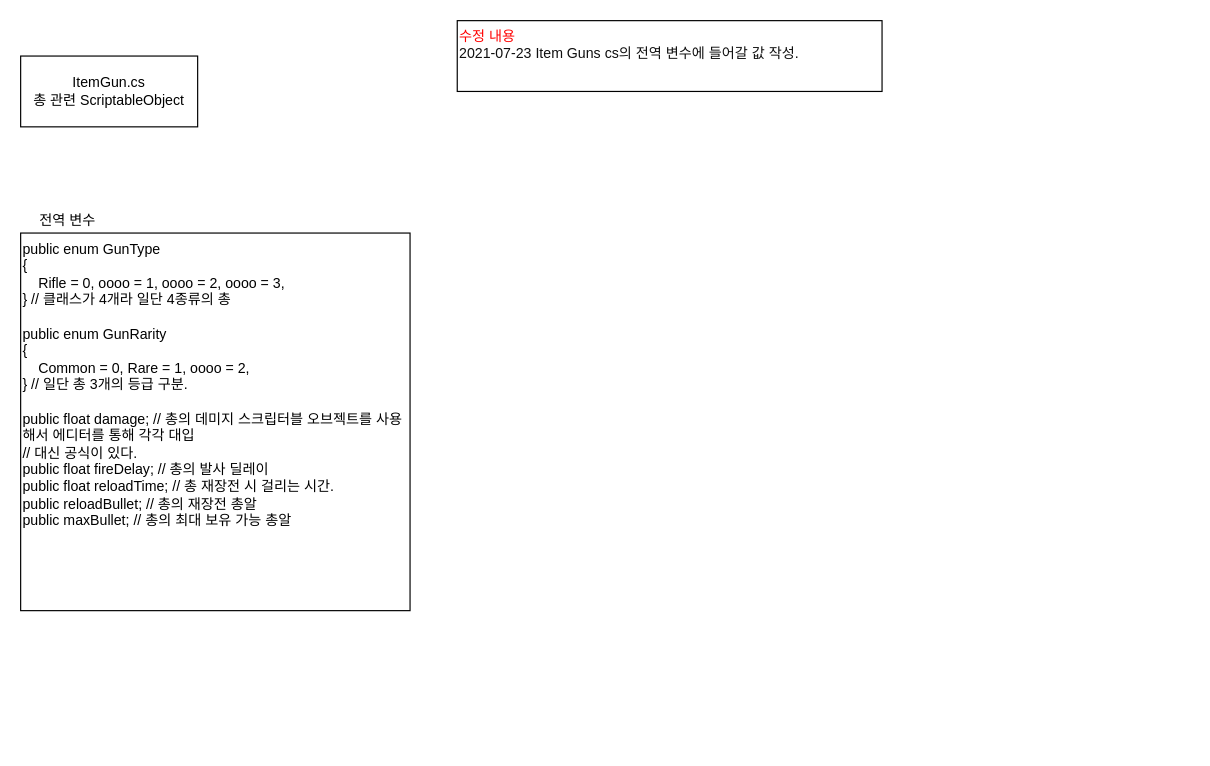
This is FlowChart/ItemGun.drawio from BckLily/YeilMainProjectBackUp, a draw.io file, before an edit. Source tidied: cells renumbered, new cells numbered last; positions are measured from the earlier drawing's top-left corner, leaving out a move shared by most shapes. Both pictures are drawn from the tidied source at 118%, with x=0, y=0 at pixel (20, 20).
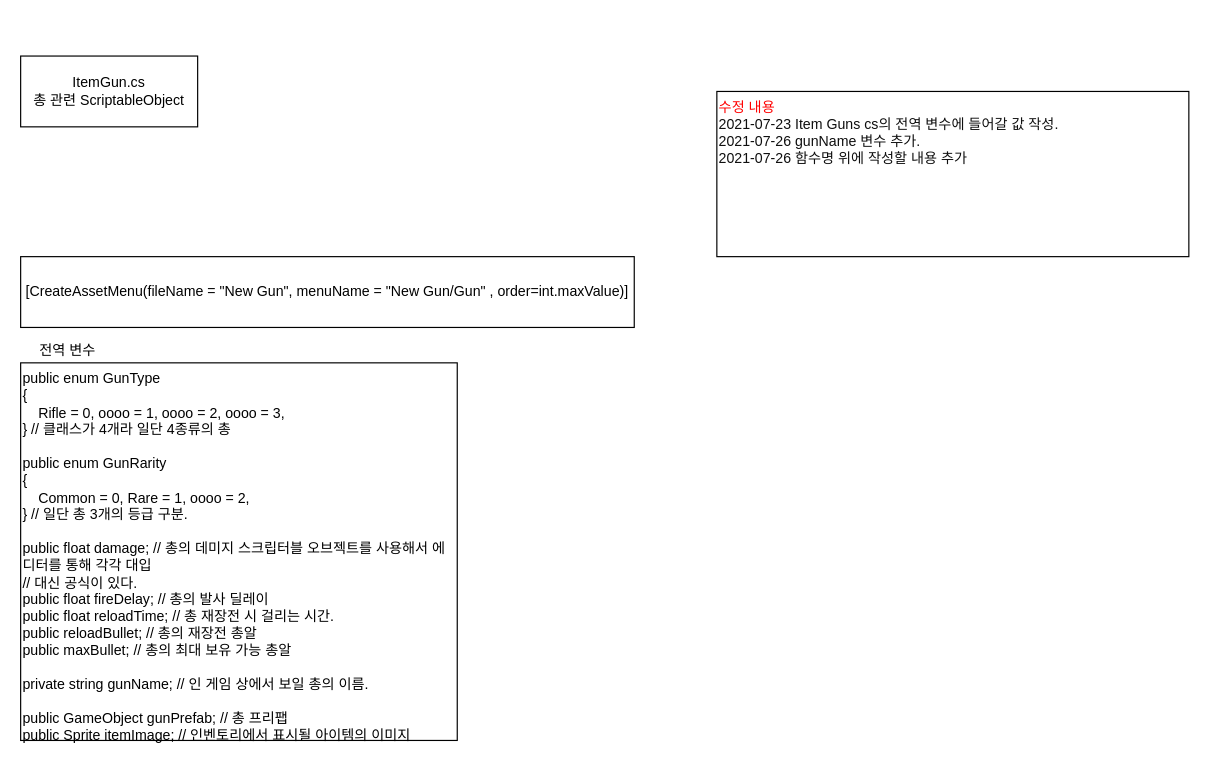
Above is the later version.

Change to the diagram source:
```diff
@@
 <mxGraphModel>
   <root>
     <mxCell id="0" />
     <mxCell id="1" parent="0" />
     <mxCell id="2" value="ItemGun.cs&lt;br&gt;총 관련 ScriptableObject" style="rounded=0;whiteSpace=wrap;html=1;" parent="1" vertex="1">
       <mxGeometry y="30" width="150" height="60" as="geometry" />
     </mxCell>
-    <mxCell id="3" value="public enum GunType&lt;br&gt;{&lt;br&gt;&amp;nbsp; &amp;nbsp; Rifle = 0, oooo = 1, oooo = 2, oooo = 3,&lt;br&gt;} // 클래스가 4개라 일단 4종류의 총&lt;br&gt;&lt;br&gt;public enum GunRarity&lt;br&gt;{&lt;br&gt;&amp;nbsp; &amp;nbsp; Common = 0, Rare = 1, oooo = 2,&lt;br&gt;} // 일단 총 3개의 등급 구분.&lt;br&gt;&lt;br&gt;public float damage; // 총의 데미지 스크립터블 오브젝트를 사용해서 에디터를 통해 각각 대입&lt;br&gt;// 대신 공식이 있다.&lt;br&gt;public float fireDelay; // 총의 발사 딜레이&lt;br&gt;public float reloadTime; // 총 재장전 시 걸리는 시간.&lt;br&gt;public reloadBullet; // 총의 재장전 총알&lt;br&gt;public maxBullet; // 총의 최대 보유 가능 총알&lt;br&gt;&lt;br&gt;" style="rounded=0;whiteSpace=wrap;html=1;align=left;verticalAlign=top;" parent="1" vertex="1">
-      <mxGeometry y="180" width="330" height="320" as="geometry" />
+    <mxCell id="3" value="public enum GunType&lt;br&gt;{&lt;br&gt;&amp;nbsp; &amp;nbsp; Rifle = 0, oooo = 1, oooo = 2, oooo = 3,&lt;br&gt;} // 클래스가 4개라 일단 4종류의 총&lt;br&gt;&lt;br&gt;public enum GunRarity&lt;br&gt;{&lt;br&gt;&amp;nbsp; &amp;nbsp; Common = 0, Rare = 1, oooo = 2,&lt;br&gt;} // 일단 총 3개의 등급 구분.&lt;br&gt;&lt;br&gt;public float damage; // 총의 데미지 스크립터블 오브젝트를 사용해서 에디터를 통해 각각 대입&lt;br&gt;// 대신 공식이 있다.&lt;br&gt;public float fireDelay; // 총의 발사 딜레이&lt;br&gt;public float reloadTime; // 총 재장전 시 걸리는 시간.&lt;br&gt;public reloadBullet; // 총의 재장전 총알&lt;br&gt;public maxBullet; // 총의 최대 보유 가능 총알&lt;br&gt;&lt;br&gt;private string gunName; // 인 게임 상에서 보일 총의 이름.&lt;br&gt;&lt;br&gt;public GameObject gunPrefab; // 총 프리팹&lt;br&gt;public Sprite itemImage; // 인벤토리에서 표시될 아이템의 이미지" style="rounded=0;whiteSpace=wrap;html=1;align=left;verticalAlign=top;" parent="1" vertex="1">
+      <mxGeometry y="290" width="370" height="320" as="geometry" />
     </mxCell>
     <mxCell id="4" value="전역 변수" style="text;html=1;strokeColor=none;fillColor=none;align=center;verticalAlign=middle;whiteSpace=wrap;rounded=0;" parent="1" vertex="1">
-      <mxGeometry y="160" width="80" height="20" as="geometry" />
+      <mxGeometry y="270" width="80" height="20" as="geometry" />
     </mxCell>
-    <mxCell id="5" value="&lt;font color=&quot;#ff0000&quot;&gt;수정 내용&lt;/font&gt;&lt;br&gt;&lt;font color=&quot;#0f0f0f&quot;&gt;2021-07-23 Item Guns cs의 전역 변수에 들어갈 값 작성.&lt;/font&gt;" style="rounded=0;whiteSpace=wrap;html=1;align=left;verticalAlign=top;" parent="1" vertex="1">
-      <mxGeometry x="370" width="360" height="60" as="geometry" />
+    <mxCell id="5" value="&lt;font color=&quot;#ff0000&quot;&gt;수정 내용&lt;/font&gt;&lt;br&gt;&lt;font color=&quot;#0f0f0f&quot;&gt;2021-07-23 Item Guns cs의 전역 변수에 들어갈 값 작성.&lt;br&gt;2021-07-26 gunName 변수 추가.&lt;br&gt;2021-07-26 함수명 위에 작성할 내용 추가&lt;br&gt;&lt;/font&gt;" style="rounded=0;whiteSpace=wrap;html=1;align=left;verticalAlign=top;" parent="1" vertex="1">
+      <mxGeometry x="590" y="60" width="400" height="140" as="geometry" />
     </mxCell>
+    <mxCell id="6" value="[CreateAssetMenu(fileName = &quot;New Gun&quot;, menuName = &quot;New Gun/Gun&quot; , order=int.maxValue)]" style="whiteSpace=wrap;html=1;" parent="1" vertex="1">
+      <mxGeometry y="200" width="520" height="60" as="geometry" />
+    </mxCell>
   </root>
 </mxGraphModel>
```
